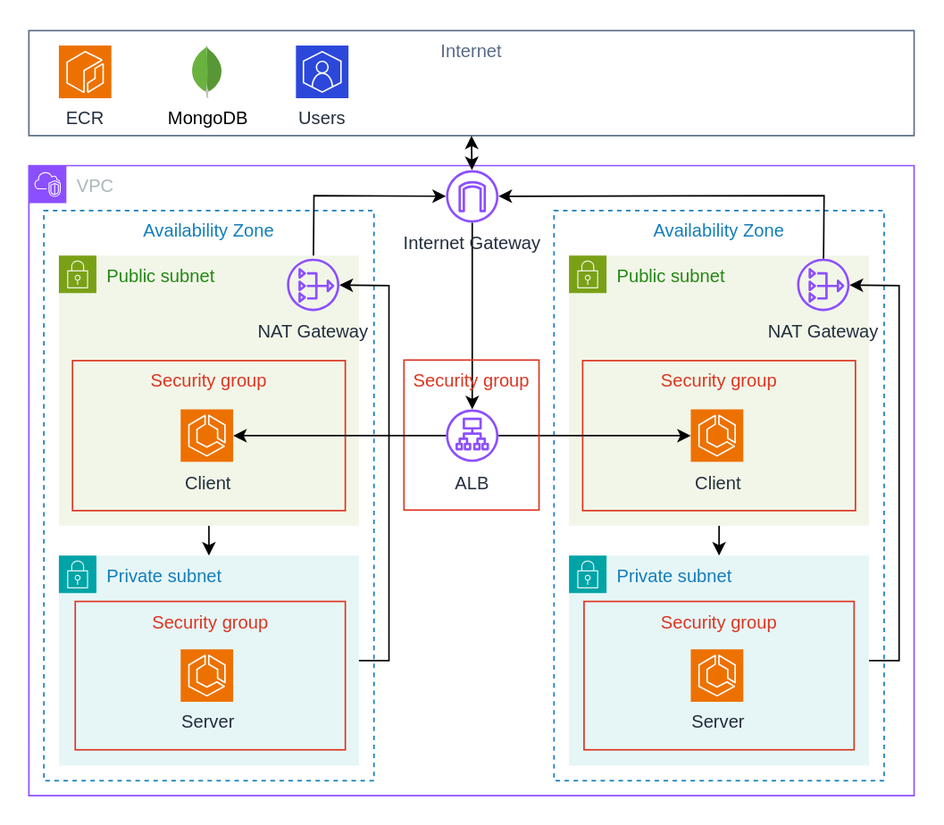
Above: powow.drawio.svg in adj2424/video-chat-website (draw.io), before the change. Source tidied: cells renumbered, new cells last; positions are measured from the earlier drawing's top-left corner, leaving out a move shared by most shapes.
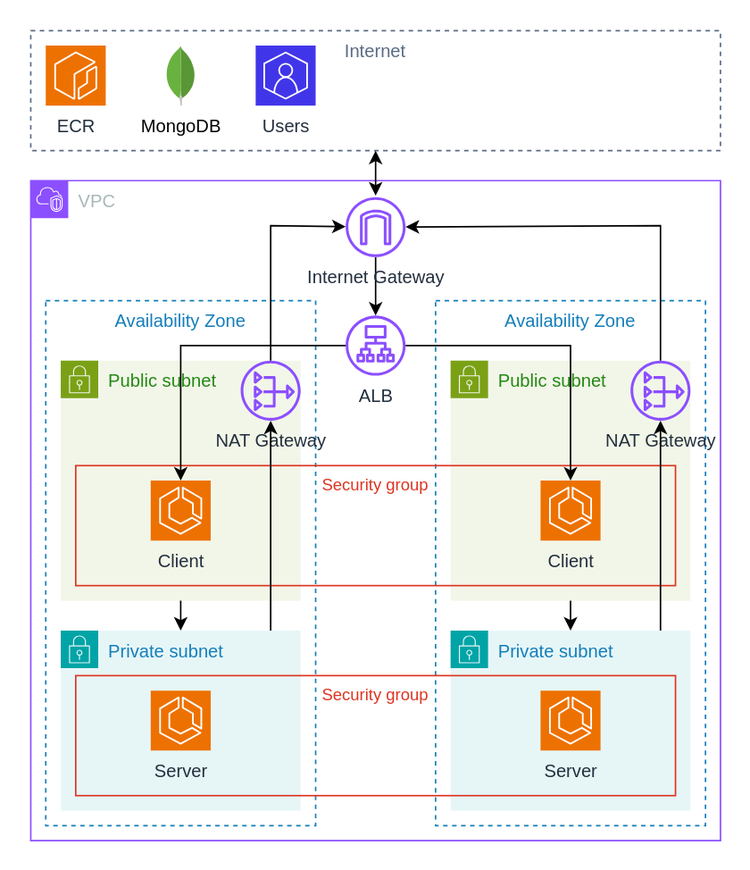
Later version of the same file.

The edit, as a diff of the source:
```diff
@@ -2,128 +2,132 @@
   <root>
     <mxCell id="0" />
     <mxCell id="1" parent="0" />
-    <mxCell id="2" style="rounded=0;whiteSpace=wrap;html=1;strokeColor=none;" parent="1" vertex="1">
-      <mxGeometry width="628.8" height="550" as="geometry" />
-    </mxCell>
-    <mxCell id="3" value="Availability Zone" style="fillColor=none;strokeColor=#147EBA;dashed=1;verticalAlign=top;fontStyle=0;fontColor=#147EBA;whiteSpace=wrap;html=1;" parent="1" vertex="1">
-      <mxGeometry x="28.8" y="140" width="220" height="380" as="geometry" />
-    </mxCell>
-    <mxCell id="4" value="Internet&lt;div&gt;&lt;br&gt;&lt;/div&gt;" style="fillColor=none;strokeColor=#5A6C86;verticalAlign=top;fontStyle=0;fontColor=#5A6C86;whiteSpace=wrap;html=1;" parent="1" vertex="1">
-      <mxGeometry x="18.8" y="20" width="590" height="70" as="geometry" />
-    </mxCell>
-    <mxCell id="5" value="Availability Zone" style="fillColor=none;strokeColor=#147EBA;dashed=1;verticalAlign=top;fontStyle=0;fontColor=#147EBA;whiteSpace=wrap;html=1;" parent="1" vertex="1">
-      <mxGeometry x="368.8" y="140" width="220" height="380" as="geometry" />
-    </mxCell>
-    <mxCell id="6" style="endArrow=classic;html=1;rounded=0;exitX=0.5;exitY=1;exitDx=0;exitDy=0;entryX=0.5;entryY=0;entryDx=0;entryDy=0;" parent="1" edge="1" source="7" target="11">
-      <mxGeometry relative="1" as="geometry" />
-    </mxCell>
-    <mxCell id="7" value="Public subnet" style="points=[[0,0],[0.25,0],[0.5,0],[0.75,0],[1,0],[1,0.25],[1,0.5],[1,0.75],[1,1],[0.75,1],[0.5,1],[0.25,1],[0,1],[0,0.75],[0,0.5],[0,0.25]];outlineConnect=0;gradientColor=none;html=1;whiteSpace=wrap;fontSize=12;fontStyle=0;shape=mxgraph.aws4.group;grIcon=mxgraph.aws4.group_security_group;grStroke=0;strokeColor=#7AA116;fillColor=#F2F6E8;verticalAlign=top;align=left;spacingLeft=30;fontColor=#248814;dashed=0;" parent="1" vertex="1">
-      <mxGeometry x="378.8" y="170" width="200" height="180" as="geometry" />
-    </mxCell>
-    <mxCell id="8" value="Security group" style="fillColor=none;strokeColor=#DD3522;verticalAlign=top;fontStyle=0;fontColor=#DD3522;whiteSpace=wrap;html=1;" parent="1" vertex="1">
-      <mxGeometry x="387.9" y="240" width="181.8" height="100" as="geometry" />
-    </mxCell>
-    <mxCell id="9" value="NAT Gateway" style="sketch=0;outlineConnect=0;fontColor=#232F3E;gradientColor=none;fillColor=#8C4FFF;strokeColor=none;dashed=0;verticalLabelPosition=bottom;verticalAlign=top;align=center;html=1;fontSize=12;fontStyle=0;shape=mxgraph.aws4.nat_gateway;" parent="1" vertex="1">
-      <mxGeometry x="530.8" y="172" width="35" height="35" as="geometry" />
-    </mxCell>
-    <mxCell id="10" value="Client" style="sketch=0;points=[[0,0,0],[0.25,0,0],[0.5,0,0],[0.75,0,0],[1,0,0],[0,1,0],[0.25,1,0],[0.5,1,0],[0.75,1,0],[1,1,0],[0,0.25,0],[0,0.5,0],[0,0.75,0],[1,0.25,0],[1,0.5,0],[1,0.75,0]];outlineConnect=0;fontColor=#232F3E;fillColor=#ED7100;strokeColor=#ffffff;dashed=0;verticalLabelPosition=bottom;verticalAlign=top;align=center;html=1;fontSize=12;fontStyle=0;shape=mxgraph.aws4.resourceIcon;resIcon=mxgraph.aws4.ecs;" parent="1" vertex="1">
-      <mxGeometry x="460" y="272.5" width="35" height="35" as="geometry" />
-    </mxCell>
-    <mxCell id="11" value="Private subnet" style="points=[[0,0],[0.25,0],[0.5,0],[0.75,0],[1,0],[1,0.25],[1,0.5],[1,0.75],[1,1],[0.75,1],[0.5,1],[0.25,1],[0,1],[0,0.75],[0,0.5],[0,0.25]];outlineConnect=0;gradientColor=none;html=1;whiteSpace=wrap;fontSize=12;fontStyle=0;shape=mxgraph.aws4.group;grIcon=mxgraph.aws4.group_security_group;grStroke=0;strokeColor=#00A4A6;fillColor=#E6F6F7;verticalAlign=top;align=left;spacingLeft=30;fontColor=#147EBA;dashed=0;" parent="1" vertex="1">
-      <mxGeometry x="378.8" y="370" width="200" height="140" as="geometry" />
-    </mxCell>
-    <mxCell id="12" value="Security group" style="fillColor=none;strokeColor=#DD3522;verticalAlign=top;fontStyle=0;fontColor=#DD3522;whiteSpace=wrap;html=1;" parent="1" vertex="1">
-      <mxGeometry x="388.8" y="400.5" width="180" height="98.9" as="geometry" />
-    </mxCell>
-    <mxCell id="13" value="Server" style="sketch=0;fontColor=#232F3E;fillColor=#ED7100;strokeColor=#ffffff;dashed=0;verticalLabelPosition=bottom;verticalAlign=top;align=center;html=1;fontSize=12;fontStyle=0;shape=mxgraph.aws4.resourceIcon;resIcon=mxgraph.aws4.ecs;" parent="1" vertex="1">
-      <mxGeometry x="460" y="432.5" width="35" height="35" as="geometry" />
-    </mxCell>
-    <mxCell id="14" style="endArrow=classic;html=1;rounded=0;" parent="1" edge="1" source="11" target="9">
-      <mxGeometry relative="1" as="geometry">
-        <Array as="points">
-          <mxPoint x="598.8" y="440" />
-          <mxPoint x="598.8" y="190" />
-        </Array>
-      </mxGeometry>
-    </mxCell>
-    <mxCell id="15" style="endArrow=classic;html=1;rounded=0;" parent="1" edge="1" source="18" target="10">
-      <mxGeometry relative="1" as="geometry" />
-    </mxCell>
+    <mxCell id="37" style="rounded=0;whiteSpace=wrap;html=1;strokeColor=none;" parent="1" vertex="1">
+      <mxGeometry x="939" y="350" width="500" height="580" as="geometry" />
+    </mxCell>
+    <mxCell id="38" value="Availability Zone" style="fillColor=none;strokeColor=#147EBA;dashed=1;verticalAlign=top;fontStyle=0;fontColor=#147EBA;whiteSpace=wrap;html=1;" parent="1" vertex="1">
+      <mxGeometry x="1229" y="550" width="180" height="350" as="geometry" />
+    </mxCell>
+    <mxCell id="39" value="Availability Zone" style="fillColor=none;strokeColor=#147EBA;dashed=1;verticalAlign=top;fontStyle=0;fontColor=#147EBA;whiteSpace=wrap;html=1;" parent="1" vertex="1">
+      <mxGeometry x="969" y="550" width="180" height="350" as="geometry" />
+    </mxCell>
+    <mxCell id="40" value="Public subnet" style="points=[[0,0],[0.25,0],[0.5,0],[0.75,0],[1,0],[1,0.25],[1,0.5],[1,0.75],[1,1],[0.75,1],[0.5,1],[0.25,1],[0,1],[0,0.75],[0,0.5],[0,0.25]];outlineConnect=0;gradientColor=none;html=1;whiteSpace=wrap;fontSize=12;fontStyle=0;shape=mxgraph.aws4.group;grIcon=mxgraph.aws4.group_security_group;grStroke=0;strokeColor=#7AA116;fillColor=#F2F6E8;verticalAlign=top;align=left;spacingLeft=30;fontColor=#248814;dashed=0;" parent="1" vertex="1">
+      <mxGeometry x="979" y="590" width="160" height="160" as="geometry" />
+    </mxCell>
+    <mxCell id="41" value="NAT Gateway" style="sketch=0;outlineConnect=0;fontColor=#232F3E;gradientColor=none;fillColor=#8C4FFF;strokeColor=none;dashed=0;verticalLabelPosition=bottom;verticalAlign=top;align=center;html=1;fontSize=12;fontStyle=0;shape=mxgraph.aws4.nat_gateway;" parent="40" vertex="1">
+      <mxGeometry x="120" width="40" height="40" as="geometry" />
+    </mxCell>
+    <mxCell id="42" value="Public subnet" style="gradientColor=none;html=1;whiteSpace=wrap;fontSize=12;fontStyle=0;shape=mxgraph.aws4.group;grIcon=mxgraph.aws4.group_security_group;grStroke=0;strokeColor=#7AA116;fillColor=#F2F6E8;verticalAlign=top;align=left;spacingLeft=30;fontColor=#248814;dashed=0;" parent="1" vertex="1">
+      <mxGeometry x="1239" y="590" width="160" height="160" as="geometry" />
+    </mxCell>
+    <mxCell id="43" value="Security group" style="fillColor=none;strokeColor=#DD3522;verticalAlign=top;fontStyle=0;fontColor=#DD3522;whiteSpace=wrap;html=1;fontSize=11;" parent="42" vertex="1">
+      <mxGeometry x="-250" y="70" width="400" height="80" as="geometry" />
+    </mxCell>
+    <mxCell id="44" value="NAT Gateway" style="sketch=0;outlineConnect=0;fontColor=#232F3E;gradientColor=none;fillColor=#8C4FFF;strokeColor=none;dashed=0;verticalLabelPosition=bottom;verticalAlign=top;align=center;html=1;fontSize=12;fontStyle=0;shape=mxgraph.aws4.nat_gateway;" parent="42" vertex="1">
+      <mxGeometry x="120" width="40" height="40" as="geometry" />
+    </mxCell>
+    <mxCell id="45" value="Client" style="sketch=0;points=[[0,0,0],[0.25,0,0],[0.5,0,0],[0.75,0,0],[1,0,0],[0,1,0],[0.25,1,0],[0.5,1,0],[0.75,1,0],[1,1,0],[0,0.25,0],[0,0.5,0],[0,0.75,0],[1,0.25,0],[1,0.5,0],[1,0.75,0]];outlineConnect=0;fontColor=#232F3E;fillColor=#ED7100;strokeColor=#ffffff;dashed=0;verticalLabelPosition=bottom;verticalAlign=top;align=center;html=1;fontSize=12;fontStyle=0;shape=mxgraph.aws4.resourceIcon;resIcon=mxgraph.aws4.ecs;" parent="42" vertex="1">
+      <mxGeometry x="60" y="80" width="40" height="40" as="geometry" />
+    </mxCell>
+    <mxCell id="46" style="endArrow=classic;html=1;rounded=0;entryX=0.5;entryY=0;entryDx=0;entryDy=0;" parent="42" edge="1" target="47">
+      <mxGeometry relative="1" as="geometry">
+        <mxPoint x="80" y="160" as="sourcePoint" />
+      </mxGeometry>
+    </mxCell>
+    <mxCell id="47" value="Private subnet" style="points=[[0,0],[0.25,0],[0.5,0],[0.75,0],[1,0],[1,0.25],[1,0.5],[1,0.75],[1,1],[0.75,1],[0.5,1],[0.25,1],[0,1],[0,0.75],[0,0.5],[0,0.25]];outlineConnect=0;gradientColor=none;html=1;whiteSpace=wrap;fontSize=12;fontStyle=0;shape=mxgraph.aws4.group;grIcon=mxgraph.aws4.group_security_group;grStroke=0;strokeColor=#00A4A6;fillColor=#E6F6F7;verticalAlign=top;align=left;spacingLeft=30;fontColor=#147EBA;dashed=0;" parent="1" vertex="1">
+      <mxGeometry x="1239" y="770" width="160" height="120" as="geometry" />
+    </mxCell>
+    <mxCell id="48" value="&lt;div&gt;Server&lt;/div&gt;&lt;div&gt;&lt;br&gt;&lt;/div&gt;" style="sketch=0;fontColor=#232F3E;fillColor=#ED7100;strokeColor=#ffffff;dashed=0;verticalLabelPosition=bottom;verticalAlign=top;align=center;html=1;fontSize=12;fontStyle=0;shape=mxgraph.aws4.resourceIcon;resIcon=mxgraph.aws4.ecs;" parent="47" vertex="1">
+      <mxGeometry x="60" y="40" width="40" height="40" as="geometry" />
+    </mxCell>
+    <mxCell id="49" value="Private subnet" style="points=[[0,0],[0.25,0],[0.5,0],[0.75,0],[1,0],[1,0.25],[1,0.5],[1,0.75],[1,1],[0.75,1],[0.5,1],[0.25,1],[0,1],[0,0.75],[0,0.5],[0,0.25]];outlineConnect=0;gradientColor=none;html=1;whiteSpace=wrap;fontSize=12;fontStyle=0;shape=mxgraph.aws4.group;grIcon=mxgraph.aws4.group_security_group;grStroke=0;strokeColor=#00A4A6;fillColor=#E6F6F7;verticalAlign=top;align=left;spacingLeft=30;fontColor=#147EBA;dashed=0;" parent="1" vertex="1">
+      <mxGeometry x="979" y="770" width="160" height="120" as="geometry" />
+    </mxCell>
+    <mxCell id="50" value="&lt;div&gt;Server&lt;/div&gt;&lt;div&gt;&lt;br&gt;&lt;/div&gt;" style="sketch=0;fontColor=#232F3E;fillColor=#ED7100;strokeColor=#ffffff;dashed=0;verticalLabelPosition=bottom;verticalAlign=top;align=center;html=1;fontSize=12;fontStyle=0;shape=mxgraph.aws4.resourceIcon;resIcon=mxgraph.aws4.ecs;" parent="49" vertex="1">
+      <mxGeometry x="60" y="40" width="40" height="40" as="geometry" />
+    </mxCell>
+    <mxCell id="51" value="Security group" style="fillColor=none;strokeColor=#DD3522;verticalAlign=top;fontStyle=0;fontColor=#DD3522;whiteSpace=wrap;html=1;fontSize=11;" parent="1" vertex="1">
+      <mxGeometry x="989" y="800" width="400" height="80" as="geometry" />
+    </mxCell>
+    <mxCell id="18" value="ALB&lt;div&gt;&lt;br&gt;&lt;/div&gt;" style="sketch=0;outlineConnect=0;fontColor=#232F3E;gradientColor=none;fillColor=#8C4FFF;strokeColor=none;dashed=0;verticalLabelPosition=bottom;verticalAlign=top;align=center;html=1;fontSize=12;fontStyle=0;shape=mxgraph.aws4.application_load_balancer;" parent="1" vertex="1">
+      <mxGeometry x="1169" y="560" width="40" height="40" as="geometry" />
+    </mxCell>
+    <mxCell id="52" style="endArrow=classic;html=1;rounded=0;exitX=0.5;exitY=1;exitDx=0;exitDy=0;" parent="1" edge="1" source="40" target="49">
+      <mxGeometry relative="1" as="geometry" />
+    </mxCell>
+    <mxCell id="53" style="endArrow=classic;html=1;rounded=0;" parent="1" edge="1" target="41">
+      <mxGeometry relative="1" as="geometry">
+        <mxPoint x="1119" y="770" as="sourcePoint" />
+        <Array as="points">
+          <mxPoint x="1119" y="760" />
+        </Array>
+      </mxGeometry>
+    </mxCell>
+    <mxCell id="54" style="endArrow=classic;html=1;rounded=0;" parent="1" edge="1" source="47" target="44">
+      <mxGeometry relative="1" as="geometry">
+        <Array as="points">
+          <mxPoint x="1379" y="770" />
+          <mxPoint x="1379" y="640" />
+        </Array>
+      </mxGeometry>
+    </mxCell>
+    <mxCell id="55" value="Client&lt;div&gt;&lt;br&gt;&lt;/div&gt;" style="sketch=0;points=[[0,0,0],[0.25,0,0],[0.5,0,0],[0.75,0,0],[1,0,0],[0,1,0],[0.25,1,0],[0.5,1,0],[0.75,1,0],[1,1,0],[0,0.25,0],[0,0.5,0],[0,0.75,0],[1,0.25,0],[1,0.5,0],[1,0.75,0]];outlineConnect=0;fontColor=#232F3E;fillColor=#ED7100;strokeColor=#ffffff;dashed=0;verticalLabelPosition=bottom;verticalAlign=top;align=center;html=1;fontSize=12;fontStyle=0;shape=mxgraph.aws4.resourceIcon;resIcon=mxgraph.aws4.ecs;" parent="1" vertex="1">
+      <mxGeometry x="1039" y="670" width="40" height="40" as="geometry" />
+    </mxCell>
+    <mxCell id="56" style="endArrow=classic;html=1;rounded=0;" parent="1" edge="1" source="18" target="55">
+      <mxGeometry relative="1" as="geometry">
+        <Array as="points">
+          <mxPoint x="1059" y="580" />
+        </Array>
+      </mxGeometry>
+    </mxCell>
+    <mxCell id="57" style="endArrow=classic;html=1;rounded=0;" parent="1" edge="1" source="18" target="45">
+      <mxGeometry relative="1" as="geometry">
+        <Array as="points">
+          <mxPoint x="1319" y="580" />
+        </Array>
+      </mxGeometry>
+    </mxCell>
     <mxCell id="16" style="endArrow=classic;html=1;rounded=0;" parent="1" edge="1" source="32" target="18">
       <mxGeometry relative="1" as="geometry" />
     </mxCell>
-    <mxCell id="17" value="Security group" style="fillColor=none;strokeColor=#DD3522;verticalAlign=top;fontStyle=0;fontColor=#DD3522;whiteSpace=wrap;html=1;" parent="1" vertex="1">
-      <mxGeometry x="268.8" y="239.6" width="90" height="100" as="geometry" />
-    </mxCell>
-    <mxCell id="18" value="ALB" style="sketch=0;outlineConnect=0;fontColor=#232F3E;gradientColor=none;fillColor=#8C4FFF;strokeColor=none;dashed=0;verticalLabelPosition=bottom;verticalAlign=top;align=center;html=1;fontSize=12;fontStyle=0;shape=mxgraph.aws4.application_load_balancer;" parent="1" vertex="1">
-      <mxGeometry x="296.8" y="272.5" width="35" height="35" as="geometry" />
-    </mxCell>
-    <mxCell id="19" style="endArrow=classic;html=1;rounded=0;" parent="1" edge="1" source="9" target="32">
-      <mxGeometry relative="1" as="geometry">
-        <Array as="points">
-          <mxPoint x="548.8" y="130" />
-        </Array>
-      </mxGeometry>
-    </mxCell>
-    <mxCell id="20" style="endArrow=classic;html=1;rounded=0;" parent="1" edge="1" source="24" target="32">
-      <mxGeometry relative="1" as="geometry">
-        <Array as="points">
-          <mxPoint x="208.8" y="130" />
-        </Array>
-      </mxGeometry>
-    </mxCell>
-    <mxCell id="21" style="endArrow=classic;html=1;rounded=0;exitX=0.5;exitY=1;exitDx=0;exitDy=0;entryX=0.5;entryY=0;entryDx=0;entryDy=0;" parent="1" edge="1" source="22" target="26">
-      <mxGeometry relative="1" as="geometry" />
-    </mxCell>
-    <mxCell id="22" value="Public subnet" style="points=[[0,0],[0.25,0],[0.5,0],[0.75,0],[1,0],[1,0.25],[1,0.5],[1,0.75],[1,1],[0.75,1],[0.5,1],[0.25,1],[0,1],[0,0.75],[0,0.5],[0,0.25]];outlineConnect=0;gradientColor=none;html=1;whiteSpace=wrap;fontSize=12;fontStyle=0;shape=mxgraph.aws4.group;grIcon=mxgraph.aws4.group_security_group;grStroke=0;strokeColor=#7AA116;fillColor=#F2F6E8;verticalAlign=top;align=left;spacingLeft=30;fontColor=#248814;dashed=0;" parent="1" vertex="1">
-      <mxGeometry x="38.8" y="170" width="200" height="180" as="geometry" />
-    </mxCell>
-    <mxCell id="23" value="Security group" style="fillColor=none;strokeColor=#DD3522;verticalAlign=top;fontStyle=0;fontColor=#DD3522;whiteSpace=wrap;html=1;" parent="1" vertex="1">
-      <mxGeometry x="47.9" y="240" width="181.8" height="100" as="geometry" />
-    </mxCell>
-    <mxCell id="24" value="NAT Gateway" style="sketch=0;outlineConnect=0;fontColor=#232F3E;gradientColor=none;fillColor=#8C4FFF;strokeColor=none;dashed=0;verticalLabelPosition=bottom;verticalAlign=top;align=center;html=1;fontSize=12;fontStyle=0;shape=mxgraph.aws4.nat_gateway;" parent="1" vertex="1">
-      <mxGeometry x="190.8" y="172" width="35" height="35" as="geometry" />
-    </mxCell>
-    <mxCell id="25" value="Client" style="sketch=0;points=[[0,0,0],[0.25,0,0],[0.5,0,0],[0.75,0,0],[1,0,0],[0,1,0],[0.25,1,0],[0.5,1,0],[0.75,1,0],[1,1,0],[0,0.25,0],[0,0.5,0],[0,0.75,0],[1,0.25,0],[1,0.5,0],[1,0.75,0]];outlineConnect=0;fontColor=#232F3E;fillColor=#ED7100;strokeColor=#ffffff;dashed=0;verticalLabelPosition=bottom;verticalAlign=top;align=center;html=1;fontSize=12;fontStyle=0;shape=mxgraph.aws4.resourceIcon;resIcon=mxgraph.aws4.ecs;" parent="1" vertex="1">
-      <mxGeometry x="120" y="272.5" width="35" height="35" as="geometry" />
-    </mxCell>
-    <mxCell id="26" value="Private subnet" style="points=[[0,0],[0.25,0],[0.5,0],[0.75,0],[1,0],[1,0.25],[1,0.5],[1,0.75],[1,1],[0.75,1],[0.5,1],[0.25,1],[0,1],[0,0.75],[0,0.5],[0,0.25]];outlineConnect=0;gradientColor=none;html=1;whiteSpace=wrap;fontSize=12;fontStyle=0;shape=mxgraph.aws4.group;grIcon=mxgraph.aws4.group_security_group;grStroke=0;strokeColor=#00A4A6;fillColor=#E6F6F7;verticalAlign=top;align=left;spacingLeft=30;fontColor=#147EBA;dashed=0;" parent="1" vertex="1">
-      <mxGeometry x="38.8" y="370" width="200" height="140" as="geometry" />
-    </mxCell>
-    <mxCell id="27" value="Security group" style="fillColor=none;strokeColor=#DD3522;verticalAlign=top;fontStyle=0;fontColor=#DD3522;whiteSpace=wrap;html=1;" parent="1" vertex="1">
-      <mxGeometry x="49.7" y="400.5" width="180" height="98.9" as="geometry" />
-    </mxCell>
-    <mxCell id="28" value="Server" style="sketch=0;fontColor=#232F3E;fillColor=#ED7100;strokeColor=#ffffff;dashed=0;verticalLabelPosition=bottom;verticalAlign=top;align=center;html=1;fontSize=12;fontStyle=0;shape=mxgraph.aws4.resourceIcon;resIcon=mxgraph.aws4.ecs;" parent="1" vertex="1">
-      <mxGeometry x="120" y="432.5" width="35" height="35" as="geometry" />
-    </mxCell>
-    <mxCell id="29" style="endArrow=classic;html=1;rounded=0;" parent="1" edge="1" source="26" target="24">
-      <mxGeometry relative="1" as="geometry">
-        <Array as="points">
-          <mxPoint x="258.8" y="440" />
-          <mxPoint x="258.8" y="190" />
-        </Array>
-      </mxGeometry>
-    </mxCell>
-    <mxCell id="30" style="endArrow=classic;html=1;rounded=0;" parent="1" edge="1" source="18" target="25">
-      <mxGeometry relative="1" as="geometry" />
-    </mxCell>
     <mxCell id="31" value="VPC" style="gradientColor=none;html=1;whiteSpace=wrap;fontSize=12;fontStyle=0;shape=mxgraph.aws4.group;grIcon=mxgraph.aws4.group_vpc2;strokeColor=#8C4FFF;fillColor=none;verticalAlign=top;align=left;spacingLeft=30;fontColor=#AAB7B8;dashed=0;" parent="1" vertex="1">
-      <mxGeometry x="18.8" y="110" width="590" height="420" as="geometry" />
+      <mxGeometry x="959" y="470" width="460" height="440" as="geometry" />
     </mxCell>
     <mxCell id="32" value="Internet Gateway" style="sketch=0;outlineConnect=0;fontColor=#232F3E;gradientColor=none;fillColor=#8C4FFF;strokeColor=none;dashed=0;verticalLabelPosition=bottom;verticalAlign=top;align=center;html=1;fontSize=12;fontStyle=0;shape=mxgraph.aws4.internet_gateway;" parent="1" vertex="1">
-      <mxGeometry x="296.8" y="113" width="35" height="35" as="geometry" />
+      <mxGeometry x="1169" y="481" width="40" height="40" as="geometry" />
     </mxCell>
+    <mxCell id="58" style="endArrow=classic;html=1;rounded=0;" parent="1" edge="1" source="41" target="32">
+      <mxGeometry relative="1" as="geometry">
+        <Array as="points">
+          <mxPoint x="1119" y="500" />
+        </Array>
+      </mxGeometry>
+    </mxCell>
+    <mxCell id="59" style="endArrow=classic;html=1;rounded=0;" parent="1" edge="1" target="32">
+      <mxGeometry relative="1" as="geometry">
+        <mxPoint x="1379" y="590" as="sourcePoint" />
+        <Array as="points">
+          <mxPoint x="1379" y="500" />
+        </Array>
+      </mxGeometry>
+    </mxCell>
+    <mxCell id="4" value="Internet" style="fillColor=none;strokeColor=#5A6C86;dashed=1;verticalAlign=top;fontStyle=0;fontColor=#5A6C86;whiteSpace=wrap;html=1;" parent="1" vertex="1">
+      <mxGeometry x="959" y="370" width="460" height="80" as="geometry" />
+    </mxCell>
     <mxCell id="33" value="ECR" style="sketch=0;fontColor=#232F3E;fillColor=#ED7100;strokeColor=#ffffff;dashed=0;verticalLabelPosition=bottom;verticalAlign=top;align=center;html=1;fontSize=12;fontStyle=0;shape=mxgraph.aws4.resourceIcon;resIcon=mxgraph.aws4.ecr;" parent="1" vertex="1">
-      <mxGeometry x="38.8" y="30" width="35" height="35" as="geometry" />
+      <mxGeometry x="969" y="380" width="40" height="40" as="geometry" />
     </mxCell>
+    <mxCell id="35" value="Users&lt;div&gt;&lt;br&gt;&lt;/div&gt;" style="sketch=0;fontColor=#232F3E;fillColor=#4135e9;strokeColor=#ffffff;dashed=0;verticalLabelPosition=bottom;verticalAlign=top;align=center;html=1;fontSize=12;fontStyle=0;shape=mxgraph.aws4.resourceIcon;resIcon=mxgraph.aws4.customer_enablement;" parent="1" vertex="1">
+      <mxGeometry x="1109" y="380" width="40" height="40" as="geometry" />
+    </mxCell>
     <mxCell id="34" value="MongoDB" style="dashed=0;html=1;align=center;labelPosition=center;verticalLabelPosition=bottom;verticalAlign=top;shape=mxgraph.weblogos.mongodb;" parent="1" vertex="1">
-      <mxGeometry x="126.9" y="30" width="21.1" height="35" as="geometry" />
+      <mxGeometry x="1049" y="380" width="20" height="40" as="geometry" />
     </mxCell>
-    <mxCell id="35" value="Users" style="sketch=0;fontColor=#232F3E;fillColor=#2b48da;strokeColor=#ffffff;dashed=0;verticalLabelPosition=bottom;verticalAlign=top;align=center;html=1;fontSize=12;fontStyle=0;shape=mxgraph.aws4.resourceIcon;resIcon=mxgraph.aws4.customer_enablement;" parent="1" vertex="1">
-      <mxGeometry x="196.8" y="30" width="35" height="35" as="geometry" />
-    </mxCell>
-    <mxCell id="36" style="endArrow=classic;startArrow=classic;html=1;rounded=0;exitX=0.5;exitY=1;exitDx=0;exitDy=0;" parent="1" edge="1" source="4" target="32">
-      <mxGeometry relative="1" as="geometry" />
-    </mxCell>
+    <mxCell id="60" style="endArrow=classic;startArrow=classic;html=1;rounded=0;entryX=0.5;entryY=1;entryDx=0;entryDy=0;" parent="1" edge="1" target="4">
+      <mxGeometry relative="1" as="geometry">
+        <mxPoint x="1189" y="480" as="sourcePoint" />
+      </mxGeometry>
+    </mxCell>
   </root>
 </mxGraphModel>
```
